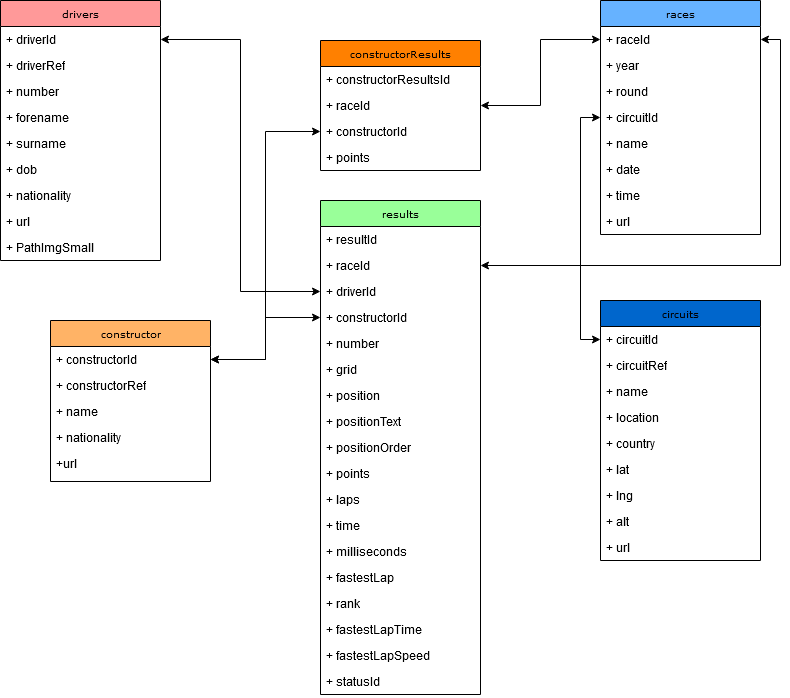
vallauri-ict/formula-1-Mihai-Canea keeps this draw.io diagram as Assets/image/diagrams.png. Above is the earlier version. Source tidied: cells renumbered, new cells last; positions are measured from the earlier drawing's top-left corner, leaving out a move shared by most shapes.
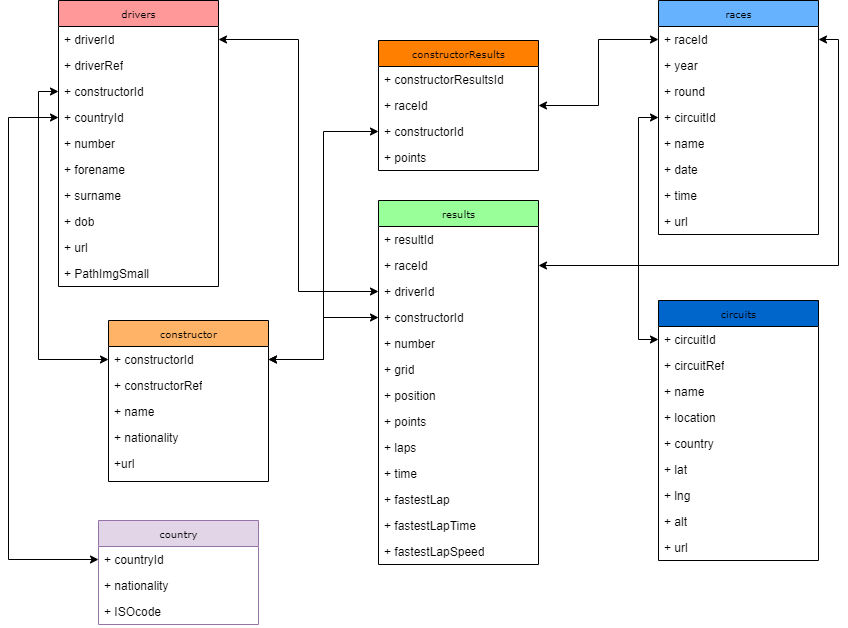
Later version of the same file.

Diff of the diagram source:
```diff
@@ -3,7 +3,7 @@
     <mxCell id="0" />
     <mxCell id="1" parent="0" />
     <mxCell id="2" value="drivers" style="swimlane;html=1;fontStyle=0;horizontal=1;startSize=26;fillColor=#FF9999;swimlaneFillColor=#ffffff;rounded=0;shadow=0;comic=0;labelBackgroundColor=none;strokeWidth=1;fontFamily=Verdana;fontSize=10;align=center;" parent="1" vertex="1">
-      <mxGeometry width="160" height="260" as="geometry" />
+      <mxGeometry width="160" height="286" as="geometry" />
     </mxCell>
     <mxCell id="3" value="+ driverId" style="text;html=1;strokeColor=none;fillColor=none;align=left;verticalAlign=top;spacingLeft=4;spacingRight=4;whiteSpace=wrap;overflow=hidden;points=[[0,0.5],[1,0.5]];portConstraint=eastwest;" parent="2" vertex="1">
       <mxGeometry y="26" width="160" height="26" as="geometry" />
@@ -11,26 +11,29 @@
     <mxCell id="4" value="+ driverRef" style="text;html=1;strokeColor=none;fillColor=none;align=left;verticalAlign=top;spacingLeft=4;spacingRight=4;whiteSpace=wrap;overflow=hidden;" parent="2" vertex="1">
       <mxGeometry y="52" width="160" height="26" as="geometry" />
     </mxCell>
+    <mxCell id="67" value="+ constructorId" style="text;html=1;strokeColor=none;fillColor=none;align=left;verticalAlign=top;spacingLeft=4;spacingRight=4;whiteSpace=wrap;overflow=hidden;points=[[0,0.5],[1,0.5]];portConstraint=eastwest;" parent="2" vertex="1">
+      <mxGeometry y="78" width="160" height="26" as="geometry" />
+    </mxCell>
+    <mxCell id="9" value="+ countryId" style="text;html=1;strokeColor=none;fillColor=none;align=left;verticalAlign=top;spacingLeft=4;spacingRight=4;whiteSpace=wrap;overflow=hidden;points=[[0,0.5],[1,0.5]];portConstraint=eastwest;" parent="2" vertex="1">
+      <mxGeometry y="104" width="160" height="26" as="geometry" />
+    </mxCell>
     <mxCell id="5" value="+ number" style="text;html=1;strokeColor=none;fillColor=none;align=left;verticalAlign=top;spacingLeft=4;spacingRight=4;whiteSpace=wrap;overflow=hidden;" parent="2" vertex="1">
-      <mxGeometry y="78" width="160" height="26" as="geometry" />
+      <mxGeometry y="130" width="160" height="26" as="geometry" />
     </mxCell>
     <mxCell id="6" value="+ forename" style="text;html=1;strokeColor=none;fillColor=none;align=left;verticalAlign=top;spacingLeft=4;spacingRight=4;whiteSpace=wrap;overflow=hidden;" parent="2" vertex="1">
-      <mxGeometry y="104" width="160" height="26" as="geometry" />
+      <mxGeometry y="156" width="160" height="26" as="geometry" />
     </mxCell>
     <mxCell id="7" value="+ surname" style="text;html=1;strokeColor=none;fillColor=none;align=left;verticalAlign=top;spacingLeft=4;spacingRight=4;whiteSpace=wrap;overflow=hidden;" parent="2" vertex="1">
-      <mxGeometry y="130" width="160" height="26" as="geometry" />
+      <mxGeometry y="182" width="160" height="26" as="geometry" />
     </mxCell>
     <mxCell id="8" value="+ dob" style="text;html=1;strokeColor=none;fillColor=none;align=left;verticalAlign=top;spacingLeft=4;spacingRight=4;whiteSpace=wrap;overflow=hidden;" parent="2" vertex="1">
-      <mxGeometry y="156" width="160" height="26" as="geometry" />
+      <mxGeometry y="208" width="160" height="26" as="geometry" />
     </mxCell>
-    <mxCell id="9" value="+ nationality" style="text;html=1;strokeColor=none;fillColor=none;align=left;verticalAlign=top;spacingLeft=4;spacingRight=4;whiteSpace=wrap;overflow=hidden;points=[[0,0.5],[1,0.5]];portConstraint=eastwest;" parent="2" vertex="1">
-      <mxGeometry y="182" width="160" height="26" as="geometry" />
-    </mxCell>
     <mxCell id="10" value="+ url" style="text;html=1;strokeColor=none;fillColor=none;align=left;verticalAlign=top;spacingLeft=4;spacingRight=4;whiteSpace=wrap;overflow=hidden;" parent="2" vertex="1">
-      <mxGeometry y="208" width="160" height="26" as="geometry" />
+      <mxGeometry y="234" width="160" height="26" as="geometry" />
     </mxCell>
     <mxCell id="11" value="+ PathImgSmall" style="text;html=1;strokeColor=none;fillColor=none;align=left;verticalAlign=top;spacingLeft=4;spacingRight=4;whiteSpace=wrap;overflow=hidden;" parent="2" vertex="1">
-      <mxGeometry y="234" width="160" height="26" as="geometry" />
+      <mxGeometry y="260" width="160" height="26" as="geometry" />
     </mxCell>
     <mxCell id="12" value="races" style="swimlane;html=1;fontStyle=0;horizontal=1;startSize=26;fillColor=#66B2FF;swimlaneFillColor=#ffffff;rounded=0;shadow=0;comic=0;labelBackgroundColor=none;strokeWidth=1;fontFamily=Verdana;fontSize=10;align=center;" parent="1" vertex="1">
       <mxGeometry x="600" width="160" height="234" as="geometry" />
@@ -72,7 +75,7 @@
       <mxGeometry relative="1" as="geometry" />
     </mxCell>
     <mxCell id="25" value="results" style="swimlane;html=1;fontStyle=0;horizontal=1;startSize=26;fillColor=#99FF99;swimlaneFillColor=#ffffff;rounded=0;shadow=0;comic=0;labelBackgroundColor=none;strokeWidth=1;fontFamily=Verdana;fontSize=10;align=center;" parent="1" vertex="1">
-      <mxGeometry x="320" y="200" width="160" height="494" as="geometry" />
+      <mxGeometry x="320" y="200" width="160" height="364" as="geometry" />
     </mxCell>
     <mxCell id="26" value="+ resultId" style="text;html=1;strokeColor=none;fillColor=none;align=left;verticalAlign=top;spacingLeft=4;spacingRight=4;whiteSpace=wrap;overflow=hidden;" parent="25" vertex="1">
       <mxGeometry y="26" width="160" height="26" as="geometry" />
@@ -95,39 +98,24 @@
     <mxCell id="32" value="+ position" style="text;html=1;strokeColor=none;fillColor=none;align=left;verticalAlign=top;spacingLeft=4;spacingRight=4;whiteSpace=wrap;overflow=hidden;" parent="25" vertex="1">
       <mxGeometry y="182" width="160" height="26" as="geometry" />
     </mxCell>
-    <mxCell id="33" value="+ positionText" style="text;html=1;strokeColor=none;fillColor=none;align=left;verticalAlign=top;spacingLeft=4;spacingRight=4;whiteSpace=wrap;overflow=hidden;" parent="25" vertex="1">
-      <mxGeometry y="208" width="160" height="26" as="geometry" />
-    </mxCell>
-    <mxCell id="34" value="+ positionOrder" style="text;html=1;strokeColor=none;fillColor=none;align=left;verticalAlign=top;spacingLeft=4;spacingRight=4;whiteSpace=wrap;overflow=hidden;" parent="25" vertex="1">
-      <mxGeometry y="234" width="160" height="26" as="geometry" />
-    </mxCell>
     <mxCell id="35" value="+ points" style="text;html=1;strokeColor=none;fillColor=none;align=left;verticalAlign=top;spacingLeft=4;spacingRight=4;whiteSpace=wrap;overflow=hidden;" parent="25" vertex="1">
-      <mxGeometry y="260" width="160" height="26" as="geometry" />
+      <mxGeometry y="208" width="160" height="26" as="geometry" />
     </mxCell>
     <mxCell id="36" value="+ laps" style="text;html=1;strokeColor=none;fillColor=none;align=left;verticalAlign=top;spacingLeft=4;spacingRight=4;whiteSpace=wrap;overflow=hidden;" parent="25" vertex="1">
-      <mxGeometry y="286" width="160" height="26" as="geometry" />
+      <mxGeometry y="234" width="160" height="26" as="geometry" />
     </mxCell>
     <mxCell id="37" value="+ time" style="text;html=1;strokeColor=none;fillColor=none;align=left;verticalAlign=top;spacingLeft=4;spacingRight=4;whiteSpace=wrap;overflow=hidden;" parent="25" vertex="1">
-      <mxGeometry y="312" width="160" height="26" as="geometry" />
+      <mxGeometry y="260" width="160" height="26" as="geometry" />
     </mxCell>
-    <mxCell id="38" value="+ milliseconds" style="text;html=1;strokeColor=none;fillColor=none;align=left;verticalAlign=top;spacingLeft=4;spacingRight=4;whiteSpace=wrap;overflow=hidden;" parent="25" vertex="1">
-      <mxGeometry y="338" width="160" height="26" as="geometry" />
-    </mxCell>
     <mxCell id="39" value="+ fastestLap" style="text;html=1;strokeColor=none;fillColor=none;align=left;verticalAlign=top;spacingLeft=4;spacingRight=4;whiteSpace=wrap;overflow=hidden;" parent="25" vertex="1">
-      <mxGeometry y="364" width="160" height="26" as="geometry" />
+      <mxGeometry y="286" width="160" height="26" as="geometry" />
     </mxCell>
-    <mxCell id="40" value="+ rank" style="text;html=1;strokeColor=none;fillColor=none;align=left;verticalAlign=top;spacingLeft=4;spacingRight=4;whiteSpace=wrap;overflow=hidden;" parent="25" vertex="1">
-      <mxGeometry y="390" width="160" height="26" as="geometry" />
-    </mxCell>
     <mxCell id="41" value="+&amp;nbsp;fastestLapTime" style="text;html=1;strokeColor=none;fillColor=none;align=left;verticalAlign=top;spacingLeft=4;spacingRight=4;whiteSpace=wrap;overflow=hidden;" parent="25" vertex="1">
-      <mxGeometry y="416" width="160" height="26" as="geometry" />
+      <mxGeometry y="312" width="160" height="26" as="geometry" />
     </mxCell>
     <mxCell id="42" value="+&amp;nbsp;fastestLapSpeed" style="text;html=1;strokeColor=none;fillColor=none;align=left;verticalAlign=top;spacingLeft=4;spacingRight=4;whiteSpace=wrap;overflow=hidden;" parent="25" vertex="1">
-      <mxGeometry y="442" width="160" height="26" as="geometry" />
+      <mxGeometry y="338" width="160" height="26" as="geometry" />
     </mxCell>
-    <mxCell id="43" value="+ statusId" style="text;html=1;strokeColor=none;fillColor=none;align=left;verticalAlign=top;spacingLeft=4;spacingRight=4;whiteSpace=wrap;overflow=hidden;" parent="25" vertex="1">
-      <mxGeometry y="468" width="160" height="26" as="geometry" />
-    </mxCell>
     <mxCell id="44" style="edgeStyle=orthogonalEdgeStyle;rounded=0;jettySize=auto;html=1;entryX=0;entryY=0.5;entryDx=0;entryDy=0;endArrow=classic;endFill=1;startArrow=classic;startFill=1;" parent="1" edge="1" source="57" target="13">
       <mxGeometry relative="1" as="geometry" />
     </mxCell>
@@ -197,5 +185,28 @@
     <mxCell id="66" value="&lt;div&gt;+url&lt;/div&gt;" style="text;html=1;strokeColor=none;fillColor=none;align=left;verticalAlign=top;spacingLeft=4;spacingRight=4;whiteSpace=wrap;overflow=hidden;" parent="61" vertex="1">
       <mxGeometry y="130" width="160" height="26" as="geometry" />
     </mxCell>
+    <mxCell id="68" style="edgeStyle=orthogonalEdgeStyle;rounded=0;jettySize=auto;html=1;exitX=0;exitY=0.5;exitDx=0;exitDy=0;entryX=0;entryY=0.5;entryDx=0;entryDy=0;startArrow=classic;startFill=1;" parent="1" edge="1" source="67" target="62">
+      <mxGeometry relative="1" as="geometry" />
+    </mxCell>
+    <mxCell id="69" value="country" style="swimlane;html=1;fontStyle=0;horizontal=1;startSize=26;fillColor=#e1d5e7;swimlaneFillColor=#ffffff;rounded=0;shadow=0;comic=0;labelBackgroundColor=none;strokeWidth=1;fontFamily=Verdana;fontSize=10;align=center;strokeColor=#9673a6;" parent="1" vertex="1">
+      <mxGeometry x="40" y="520" width="160" height="104" as="geometry" />
+    </mxCell>
+    <mxCell id="70" value="+ countryId" style="text;html=1;strokeColor=none;fillColor=none;align=left;verticalAlign=top;spacingLeft=4;spacingRight=4;whiteSpace=wrap;overflow=hidden;points=[[0,0.5],[1,0.5]];portConstraint=eastwest;" parent="69" vertex="1">
+      <mxGeometry y="26" width="160" height="26" as="geometry" />
+    </mxCell>
+    <mxCell id="71" value="&lt;div&gt;+ nationality&lt;/div&gt;" style="text;html=1;strokeColor=none;fillColor=none;align=left;verticalAlign=top;spacingLeft=4;spacingRight=4;whiteSpace=wrap;overflow=hidden;" parent="69" vertex="1">
+      <mxGeometry y="52" width="160" height="26" as="geometry" />
+    </mxCell>
+    <mxCell id="72" value="+ ISOcode" style="text;html=1;strokeColor=none;fillColor=none;align=left;verticalAlign=top;spacingLeft=4;spacingRight=4;whiteSpace=wrap;overflow=hidden;" parent="69" vertex="1">
+      <mxGeometry y="78" width="160" height="26" as="geometry" />
+    </mxCell>
+    <mxCell id="73" style="edgeStyle=orthogonalEdgeStyle;rounded=0;jettySize=auto;html=1;exitX=0;exitY=0.5;exitDx=0;exitDy=0;entryX=0;entryY=0.5;entryDx=0;entryDy=0;startArrow=classic;startFill=1;" parent="1" edge="1" source="9" target="70">
+      <mxGeometry relative="1" as="geometry">
+        <Array as="points">
+          <mxPoint x="-50" y="117" />
+          <mxPoint x="-50" y="559" />
+        </Array>
+      </mxGeometry>
+    </mxCell>
   </root>
 </mxGraphModel>
```
